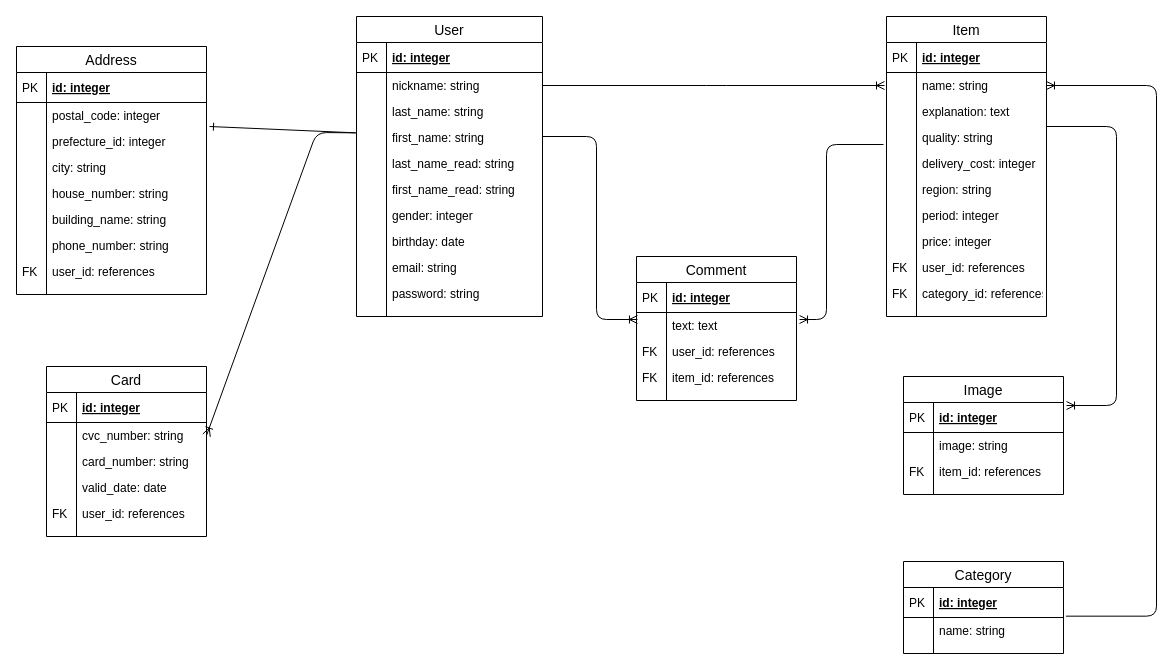
Before: test.drawio in saihalkiki/fleamarket_sample_79d, a draw.io diagram. Source tidied: cells renumbered, new cells numbered last; positions are measured from the earlier drawing's top-left corner, leaving out a move shared by most shapes. Both pictures are drawn from the tidied source at 100%, with x=0, y=0 at pixel (16, 16).
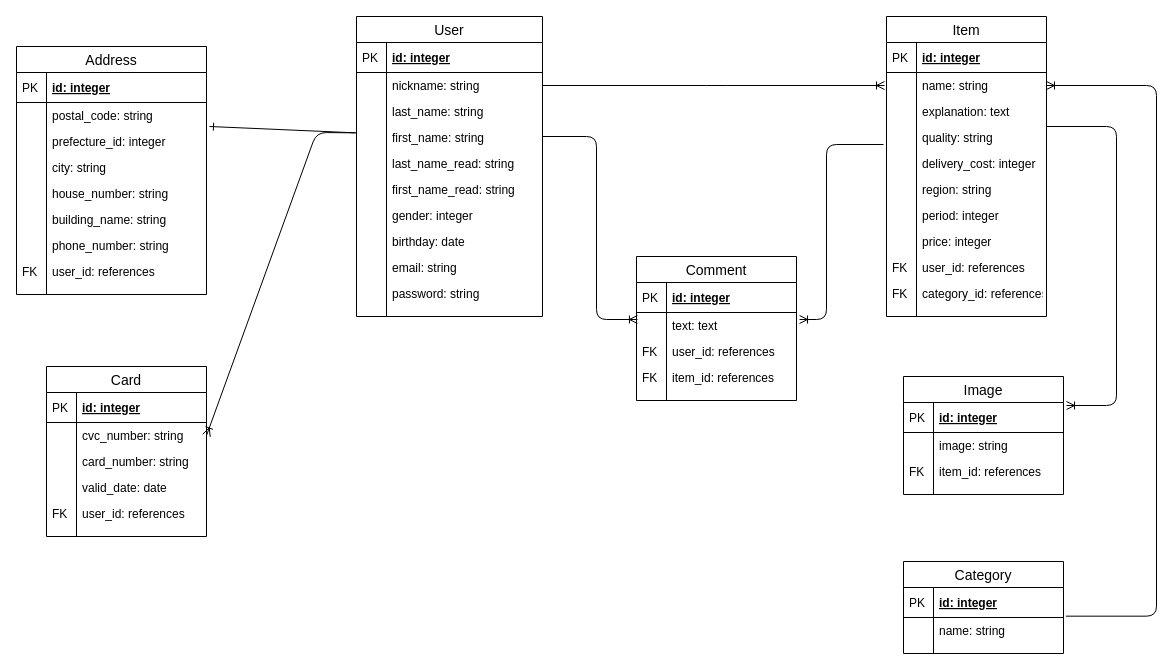
The same page after the edit.

The change refers to these unchanged cells:
```xml
<mxCell id="48" value="Address" style="swimlane;fontStyle=0;horizontal=1;startSize=26;align=center;fontSize=14;html=0;" parent="1" vertex="1">
  <mxGeometry y="30" width="190" height="248" as="geometry" />
</mxCell>
```

Change to the diagram source:
```diff
@@
-    <mxCell id="51" value="postal_code: integer" style="shape=partialRectangle;top=0;left=0;right=0;bottom=0;align=left;verticalAlign=top;fillColor=none;spacingLeft=34;spacingRight=4;overflow=hidden;fontSize=12;" parent="48" vertex="1">
+    <mxCell id="51" value="postal_code: string" style="shape=partialRectangle;top=0;left=0;right=0;bottom=0;align=left;verticalAlign=top;fillColor=none;spacingLeft=34;spacingRight=4;overflow=hidden;fontSize=12;" parent="48" vertex="1">
       <mxGeometry y="56" width="190" height="26" as="geometry" />
     </mxCell>
```
